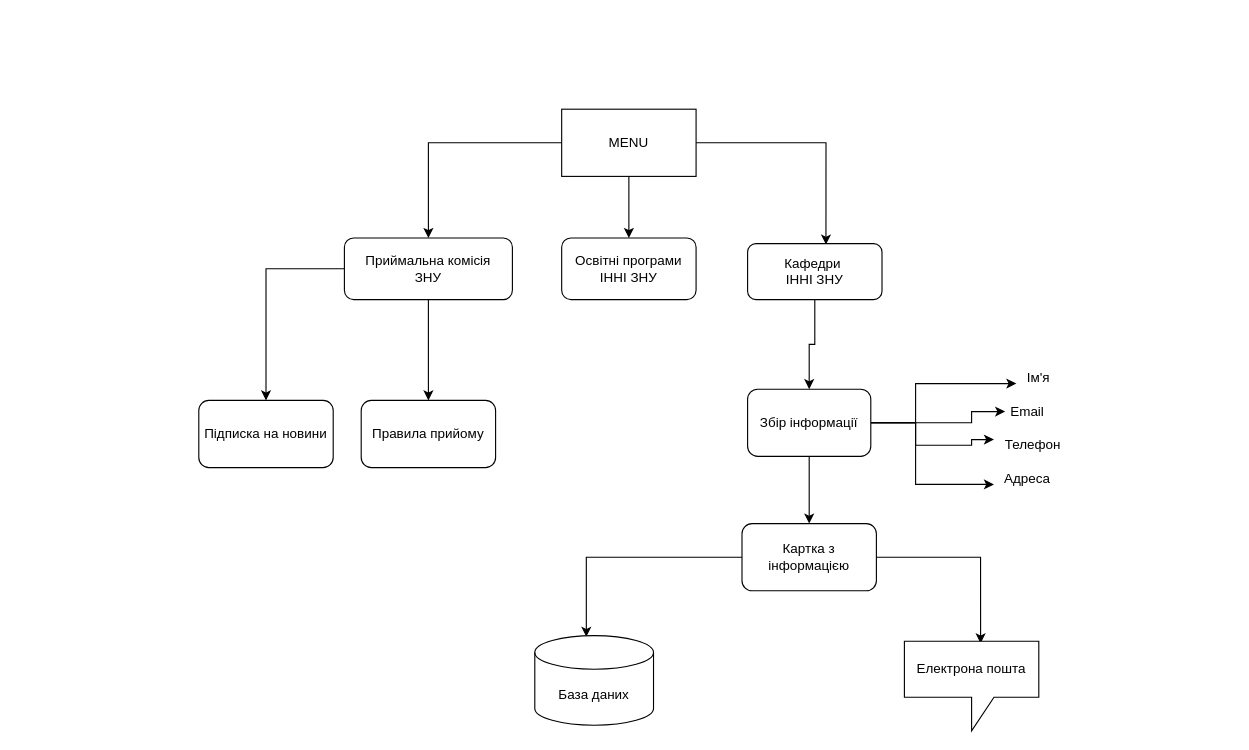
MEvgen/test2 keeps this draw.io diagram as chatbot2.drawio. Above is the earlier version. Source tidied: cells renumbered, new cells numbered last; positions are measured from the earlier drawing's top-left corner, leaving out a move shared by most shapes. Both pictures are drawn from the tidied source at 112%, with x=0, y=0 at pixel (198, 109). Pictures stored in the file or linked from it are replaced by grey dashed boxes.
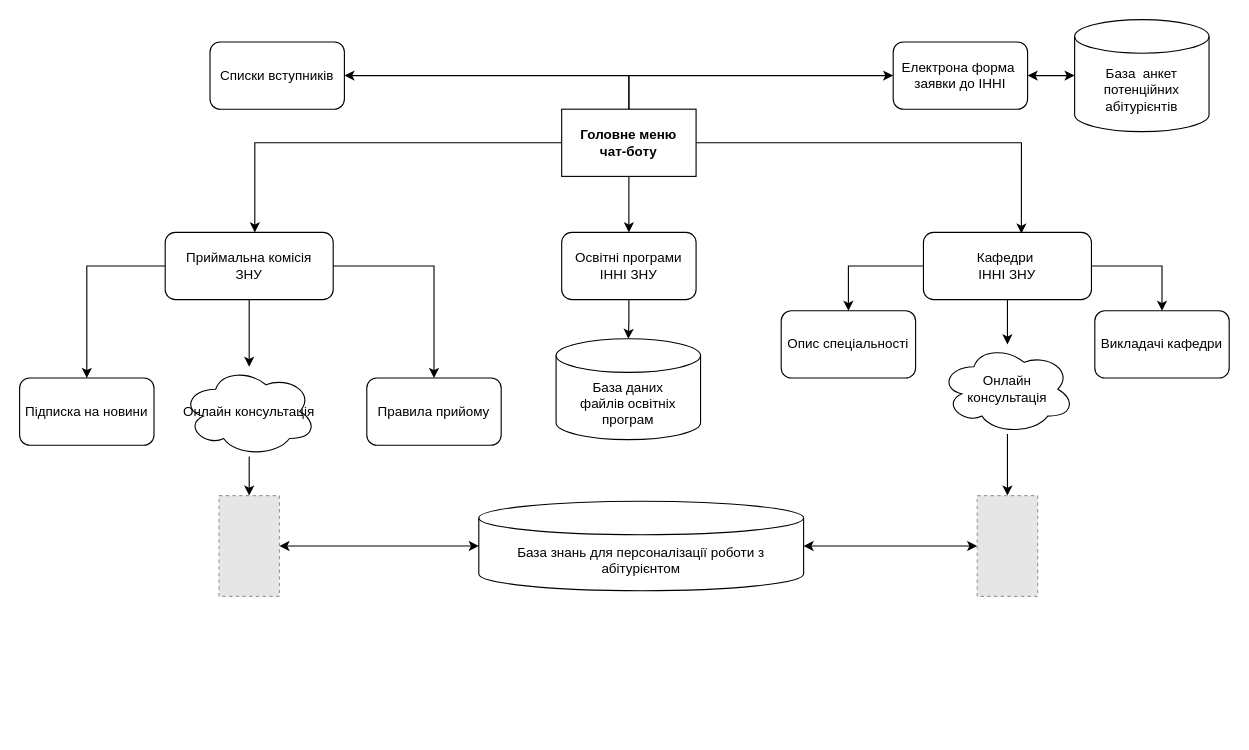
The same page after the edit.

Diff of the diagram source:
```diff
@@
     <mxCell id="2" style="edgeStyle=orthogonalEdgeStyle;rounded=0;jettySize=auto;html=1;" parent="1" edge="1" source="5" target="8">
-      <mxGeometry relative="1" as="geometry" />
+      <mxGeometry relative="1" as="geometry">
+        <Array as="points">
+          <mxPoint x="50" y="30" />
+          <mxPoint x="50" y="140" />
+        </Array>
+      </mxGeometry>
     </mxCell>
     <mxCell id="3" style="edgeStyle=orthogonalEdgeStyle;rounded=0;jettySize=auto;html=1;exitX=1;exitY=0.5;exitDx=0;exitDy=0;entryX=0.583;entryY=0.017;entryDx=0;entryDy=0;entryPerimeter=0;" parent="1" edge="1" source="5" target="10">
-      <mxGeometry relative="1" as="geometry" />
+      <mxGeometry relative="1" as="geometry">
+        <Array as="points">
+          <mxPoint x="734" y="30" />
+          <mxPoint x="734" y="111" />
+        </Array>
+      </mxGeometry>
     </mxCell>
@@
+    <mxCell id="29" style="edgeStyle=orthogonalEdgeStyle;rounded=0;jettySize=auto;html=1;" parent="1" edge="1" source="5" target="36">
+      <mxGeometry relative="1" as="geometry">
+        <Array as="points">
+          <mxPoint x="384" y="-30" />
+          <mxPoint x="384" y="-30" />
+        </Array>
+      </mxGeometry>
+    </mxCell>
+    <mxCell id="30" style="edgeStyle=orthogonalEdgeStyle;rounded=0;jettySize=auto;html=1;" parent="1" edge="1" source="5" target="38">
+      <mxGeometry relative="1" as="geometry">
+        <Array as="points">
+          <mxPoint x="384" y="-30" />
+          <mxPoint x="690" y="-30" />
+        </Array>
+      </mxGeometry>
+    </mxCell>
-    <mxCell id="5" value="MENU" style="rounded=0;whiteSpace=wrap;html=1;" parent="1" vertex="1">
+    <mxCell id="5" value="&lt;b&gt;Головне меню&lt;br&gt;чат-боту&lt;/b&gt;" style="rounded=0;whiteSpace=wrap;html=1;" parent="1" vertex="1">
       <mxGeometry x="324" width="120" height="60" as="geometry" />
     </mxCell>
     <mxCell id="6" style="edgeStyle=orthogonalEdgeStyle;rounded=0;jettySize=auto;html=1;exitX=0.5;exitY=1;exitDx=0;exitDy=0;" parent="1" edge="1" source="8" target="11">
-      <mxGeometry relative="1" as="geometry" />
+      <mxGeometry relative="1" as="geometry">
+        <Array as="points">
+          <mxPoint x="205" y="140" />
+          <mxPoint x="300" y="140" />
+        </Array>
+      </mxGeometry>
     </mxCell>
@@
+    <mxCell id="31" style="edgeStyle=orthogonalEdgeStyle;rounded=0;jettySize=auto;html=1;" parent="1" edge="1" source="8" target="41">
+      <mxGeometry relative="1" as="geometry" />
+    </mxCell>
     <mxCell id="8" value="Приймальна комісія&lt;br&gt;ЗНУ" style="rounded=1;whiteSpace=wrap;html=1;" parent="1" vertex="1">
-      <mxGeometry x="130" y="115" width="150" height="55" as="geometry" />
+      <mxGeometry x="-30" y="110" width="150" height="60" as="geometry" />
     </mxCell>
-    <mxCell id="9" style="edgeStyle=orthogonalEdgeStyle;rounded=0;jettySize=auto;html=1;exitX=0.5;exitY=1;exitDx=0;exitDy=0;" parent="1" edge="1" source="10" target="17">
-      <mxGeometry relative="1" as="geometry" />
-    </mxCell>
+    <mxCell id="32" style="edgeStyle=orthogonalEdgeStyle;rounded=0;jettySize=auto;html=1;" parent="1" edge="1" source="10" target="37">
+      <mxGeometry relative="1" as="geometry" />
+    </mxCell>
+    <mxCell id="33" style="edgeStyle=orthogonalEdgeStyle;rounded=0;jettySize=auto;html=1;" parent="1" edge="1" source="10" target="42">
+      <mxGeometry relative="1" as="geometry" />
+    </mxCell>
+    <mxCell id="34" style="edgeStyle=orthogonalEdgeStyle;rounded=0;jettySize=auto;html=1;" parent="1" edge="1" source="10" target="44">
+      <mxGeometry relative="1" as="geometry" />
+    </mxCell>
     <mxCell id="10" value="Кафедри&amp;nbsp;&lt;br&gt;ІННІ ЗНУ" style="rounded=1;whiteSpace=wrap;html=1;" parent="1" vertex="1">
-      <mxGeometry x="490" y="120" width="120" height="50" as="geometry" />
+      <mxGeometry x="647" y="110" width="150" height="60" as="geometry" />
     </mxCell>
     <mxCell id="11" value="Правила прийому" style="rounded=1;whiteSpace=wrap;html=1;" parent="1" vertex="1">
-      <mxGeometry x="145" y="260" width="120" height="60" as="geometry" />
+      <mxGeometry x="150" y="240" width="120" height="60" as="geometry" />
     </mxCell>
-    <mxCell id="12" style="edgeStyle=orthogonalEdgeStyle;rounded=0;jettySize=auto;html=1;entryX=0;entryY=0.75;entryDx=0;entryDy=0;" parent="1" edge="1" source="17" target="18">
-      <mxGeometry relative="1" as="geometry">
-        <Array as="points">
-          <mxPoint x="640" y="280" />
-          <mxPoint x="640" y="245" />
-        </Array>
-      </mxGeometry>
-    </mxCell>
-    <mxCell id="13" style="edgeStyle=orthogonalEdgeStyle;rounded=0;jettySize=auto;html=1;exitX=1;exitY=0.5;exitDx=0;exitDy=0;entryX=0;entryY=0.5;entryDx=0;entryDy=0;" parent="1" edge="1" source="17" target="19">
-      <mxGeometry relative="1" as="geometry">
-        <Array as="points">
-          <mxPoint x="690" y="280" />
-        </Array>
-      </mxGeometry>
-    </mxCell>
-    <mxCell id="14" style="edgeStyle=orthogonalEdgeStyle;rounded=0;jettySize=auto;html=1;entryX=0;entryY=0.25;entryDx=0;entryDy=0;" parent="1" edge="1" source="17" target="20">
-      <mxGeometry relative="1" as="geometry">
-        <Array as="points">
-          <mxPoint x="640" y="280" />
-          <mxPoint x="640" y="300" />
-          <mxPoint x="690" y="300" />
-        </Array>
-      </mxGeometry>
-    </mxCell>
-    <mxCell id="15" style="edgeStyle=orthogonalEdgeStyle;rounded=0;jettySize=auto;html=1;entryX=0;entryY=0.75;entryDx=0;entryDy=0;" parent="1" edge="1" source="17" target="21">
-      <mxGeometry relative="1" as="geometry">
-        <Array as="points">
-          <mxPoint x="640" y="280" />
-          <mxPoint x="640" y="335" />
-        </Array>
-      </mxGeometry>
-    </mxCell>
-    <mxCell id="16" style="edgeStyle=orthogonalEdgeStyle;rounded=0;jettySize=auto;html=1;entryX=0.5;entryY=0;entryDx=0;entryDy=0;" parent="1" edge="1" source="17" target="24">
-      <mxGeometry relative="1" as="geometry" />
-    </mxCell>
-    <mxCell id="17" value="Збір інформації" style="rounded=1;whiteSpace=wrap;html=1;" parent="1" vertex="1">
-      <mxGeometry x="490" y="250" width="110" height="60" as="geometry" />
-    </mxCell>
-    <mxCell id="18" value="Ім'я" style="text;html=1;strokeColor=none;fillColor=none;align=center;verticalAlign=middle;whiteSpace=wrap;rounded=0;" parent="1" vertex="1">
-      <mxGeometry x="730" y="230" width="40" height="20" as="geometry" />
-    </mxCell>
-    <mxCell id="19" value="Email" style="text;html=1;strokeColor=none;fillColor=none;align=center;verticalAlign=middle;whiteSpace=wrap;rounded=0;" parent="1" vertex="1">
-      <mxGeometry x="720" y="260" width="40" height="20" as="geometry" />
-    </mxCell>
-    <mxCell id="20" value="Телефон" style="text;html=1;strokeColor=none;fillColor=none;align=center;verticalAlign=middle;whiteSpace=wrap;rounded=0;" parent="1" vertex="1">
-      <mxGeometry x="710" y="290" width="70" height="20" as="geometry" />
-    </mxCell>
-    <mxCell id="21" value="Адреса" style="text;html=1;strokeColor=none;fillColor=none;align=center;verticalAlign=middle;whiteSpace=wrap;rounded=0;" parent="1" vertex="1">
-      <mxGeometry x="710" y="320" width="60" height="20" as="geometry" />
-    </mxCell>
-    <mxCell id="22" style="edgeStyle=orthogonalEdgeStyle;rounded=0;jettySize=auto;html=1;entryX=0.434;entryY=0.013;entryDx=0;entryDy=0;entryPerimeter=0;" parent="1" edge="1" source="24" target="25">
-      <mxGeometry relative="1" as="geometry" />
-    </mxCell>
-    <mxCell id="23" style="edgeStyle=orthogonalEdgeStyle;rounded=0;jettySize=auto;html=1;entryX=0.567;entryY=0.025;entryDx=0;entryDy=0;entryPerimeter=0;" parent="1" edge="1" source="24" target="26">
-      <mxGeometry relative="1" as="geometry" />
-    </mxCell>
-    <mxCell id="24" value="Картка з &lt;br&gt;інформацією" style="rounded=1;whiteSpace=wrap;html=1;" parent="1" vertex="1">
-      <mxGeometry x="485" y="370" width="120" height="60" as="geometry" />
-    </mxCell>
-    <mxCell id="25" value="База даних" style="shape=cylinder3;whiteSpace=wrap;html=1;boundedLbl=1;backgroundOutline=1;size=15;" parent="1" vertex="1">
-      <mxGeometry x="300" y="470" width="106" height="80" as="geometry" />
+    <mxCell id="25" value="База даних&lt;br&gt;файлів освітніх програм" style="shape=cylinder3;whiteSpace=wrap;html=1;boundedLbl=1;backgroundOutline=1;size=15;" parent="1" vertex="1">
+      <mxGeometry x="319" y="205" width="129" height="90" as="geometry" />
     </mxCell>
-    <mxCell id="26" value="Електрона пошта" style="shape=callout;whiteSpace=wrap;html=1;perimeter=calloutPerimeter;" parent="1" vertex="1">
-      <mxGeometry x="630" y="475" width="120" height="80" as="geometry" />
-    </mxCell>
     <mxCell id="27" value="Підписка на новини" style="rounded=1;whiteSpace=wrap;html=1;" parent="1" vertex="1">
-      <mxGeometry y="260" width="120" height="60" as="geometry" />
+      <mxGeometry x="-160" y="240" width="120" height="60" as="geometry" />
     </mxCell>
+    <mxCell id="35" style="edgeStyle=orthogonalEdgeStyle;rounded=0;jettySize=auto;html=1;entryX=0.5;entryY=0;entryDx=0;entryDy=0;entryPerimeter=0;" parent="1" edge="1" source="28" target="25">
+      <mxGeometry relative="1" as="geometry" />
+    </mxCell>
     <mxCell id="28" value="Освітні програми&lt;br&gt;ІННІ ЗНУ" style="rounded=1;whiteSpace=wrap;html=1;" parent="1" vertex="1">
-      <mxGeometry x="324" y="115" width="120" height="55" as="geometry" />
+      <mxGeometry x="324" y="110" width="120" height="60" as="geometry" />
     </mxCell>
+    <mxCell id="36" value="Списки вступників" style="rounded=1;whiteSpace=wrap;html=1;" parent="1" vertex="1">
+      <mxGeometry x="10" y="-60" width="120" height="60" as="geometry" />
+    </mxCell>
+    <mxCell id="37" value="Опис спеціальності" style="rounded=1;whiteSpace=wrap;html=1;" parent="1" vertex="1">
+      <mxGeometry x="520" y="180" width="120" height="60" as="geometry" />
+    </mxCell>
+    <mxCell id="38" value="Електрона форма&amp;nbsp;&lt;br&gt;заявки до ІННІ" style="rounded=1;whiteSpace=wrap;html=1;" parent="1" vertex="1">
+      <mxGeometry x="620" y="-60" width="120" height="60" as="geometry" />
+    </mxCell>
+    <mxCell id="39" value="База&amp;nbsp; анкет потенційних &lt;br&gt;абітурієнтів" style="shape=cylinder3;whiteSpace=wrap;html=1;boundedLbl=1;backgroundOutline=1;size=15;" parent="1" vertex="1">
+      <mxGeometry x="782" y="-80" width="120" height="100" as="geometry" />
+    </mxCell>
+    <mxCell id="40" style="edgeStyle=orthogonalEdgeStyle;rounded=0;jettySize=auto;html=1;" parent="1" edge="1" source="41" target="46">
+      <mxGeometry relative="1" as="geometry" />
+    </mxCell>
+    <mxCell id="41" value="&lt;span&gt;Онлайн консультація&lt;/span&gt;" style="ellipse;shape=cloud;whiteSpace=wrap;html=1;" parent="1" vertex="1">
+      <mxGeometry x="-15" y="230" width="120" height="80" as="geometry" />
+    </mxCell>
+    <mxCell id="42" value="Викладачі кафедри" style="rounded=1;whiteSpace=wrap;html=1;" parent="1" vertex="1">
+      <mxGeometry x="800" y="180" width="120" height="60" as="geometry" />
+    </mxCell>
+    <mxCell id="43" style="edgeStyle=orthogonalEdgeStyle;rounded=0;jettySize=auto;html=1;" parent="1" edge="1" source="44" target="45">
+      <mxGeometry relative="1" as="geometry" />
+    </mxCell>
+    <mxCell id="44" value="Онлайн&lt;br&gt;консультація" style="ellipse;shape=cloud;whiteSpace=wrap;html=1;" parent="1" vertex="1">
+      <mxGeometry x="662" y="210" width="120" height="80" as="geometry" />
+    </mxCell>
+    <mxCell id="45" style="fillColor=#E6E6E6;strokeColor=#999999;dashed=1;verticalLabelPosition=bottom;labelBackgroundColor=#ffffff;verticalAlign=top;" parent="1" vertex="1">
+      <mxGeometry x="695" y="345" width="54" height="90" as="geometry" />
+    </mxCell>
+    <mxCell id="46" style="fillColor=#E6E6E6;strokeColor=#999999;dashed=1;verticalLabelPosition=bottom;labelBackgroundColor=#ffffff;verticalAlign=top;" parent="1" vertex="1">
+      <mxGeometry x="18" y="345" width="54" height="90" as="geometry" />
+    </mxCell>
+    <mxCell id="47" value="База знань для персоналізації роботи з абітурієнтом" style="shape=cylinder3;whiteSpace=wrap;html=1;boundedLbl=1;backgroundOutline=1;size=15;" parent="1" vertex="1">
+      <mxGeometry x="250" y="350" width="290" height="80" as="geometry" />
+    </mxCell>
+    <mxCell id="48" style="endArrow=classic;startArrow=classic;html=1;exitX=1;exitY=0.5;exitDx=0;exitDy=0;entryX=0;entryY=0.5;entryDx=0;entryDy=0;entryPerimeter=0;" parent="1" edge="1" source="46" target="47">
+      <mxGeometry relative="1" as="geometry" />
+    </mxCell>
+    <mxCell id="49" style="endArrow=classic;startArrow=classic;html=1;entryX=0;entryY=0.5;entryDx=0;entryDy=0;" parent="1" edge="1" source="47" target="45">
+      <mxGeometry relative="1" as="geometry" />
+    </mxCell>
+    <mxCell id="50" style="endArrow=classic;startArrow=classic;html=1;exitX=1;exitY=0.5;exitDx=0;exitDy=0;entryX=0;entryY=0.5;entryDx=0;entryDy=0;entryPerimeter=0;" parent="1" edge="1" source="38" target="39">
+      <mxGeometry relative="1" as="geometry" />
+    </mxCell>
```
